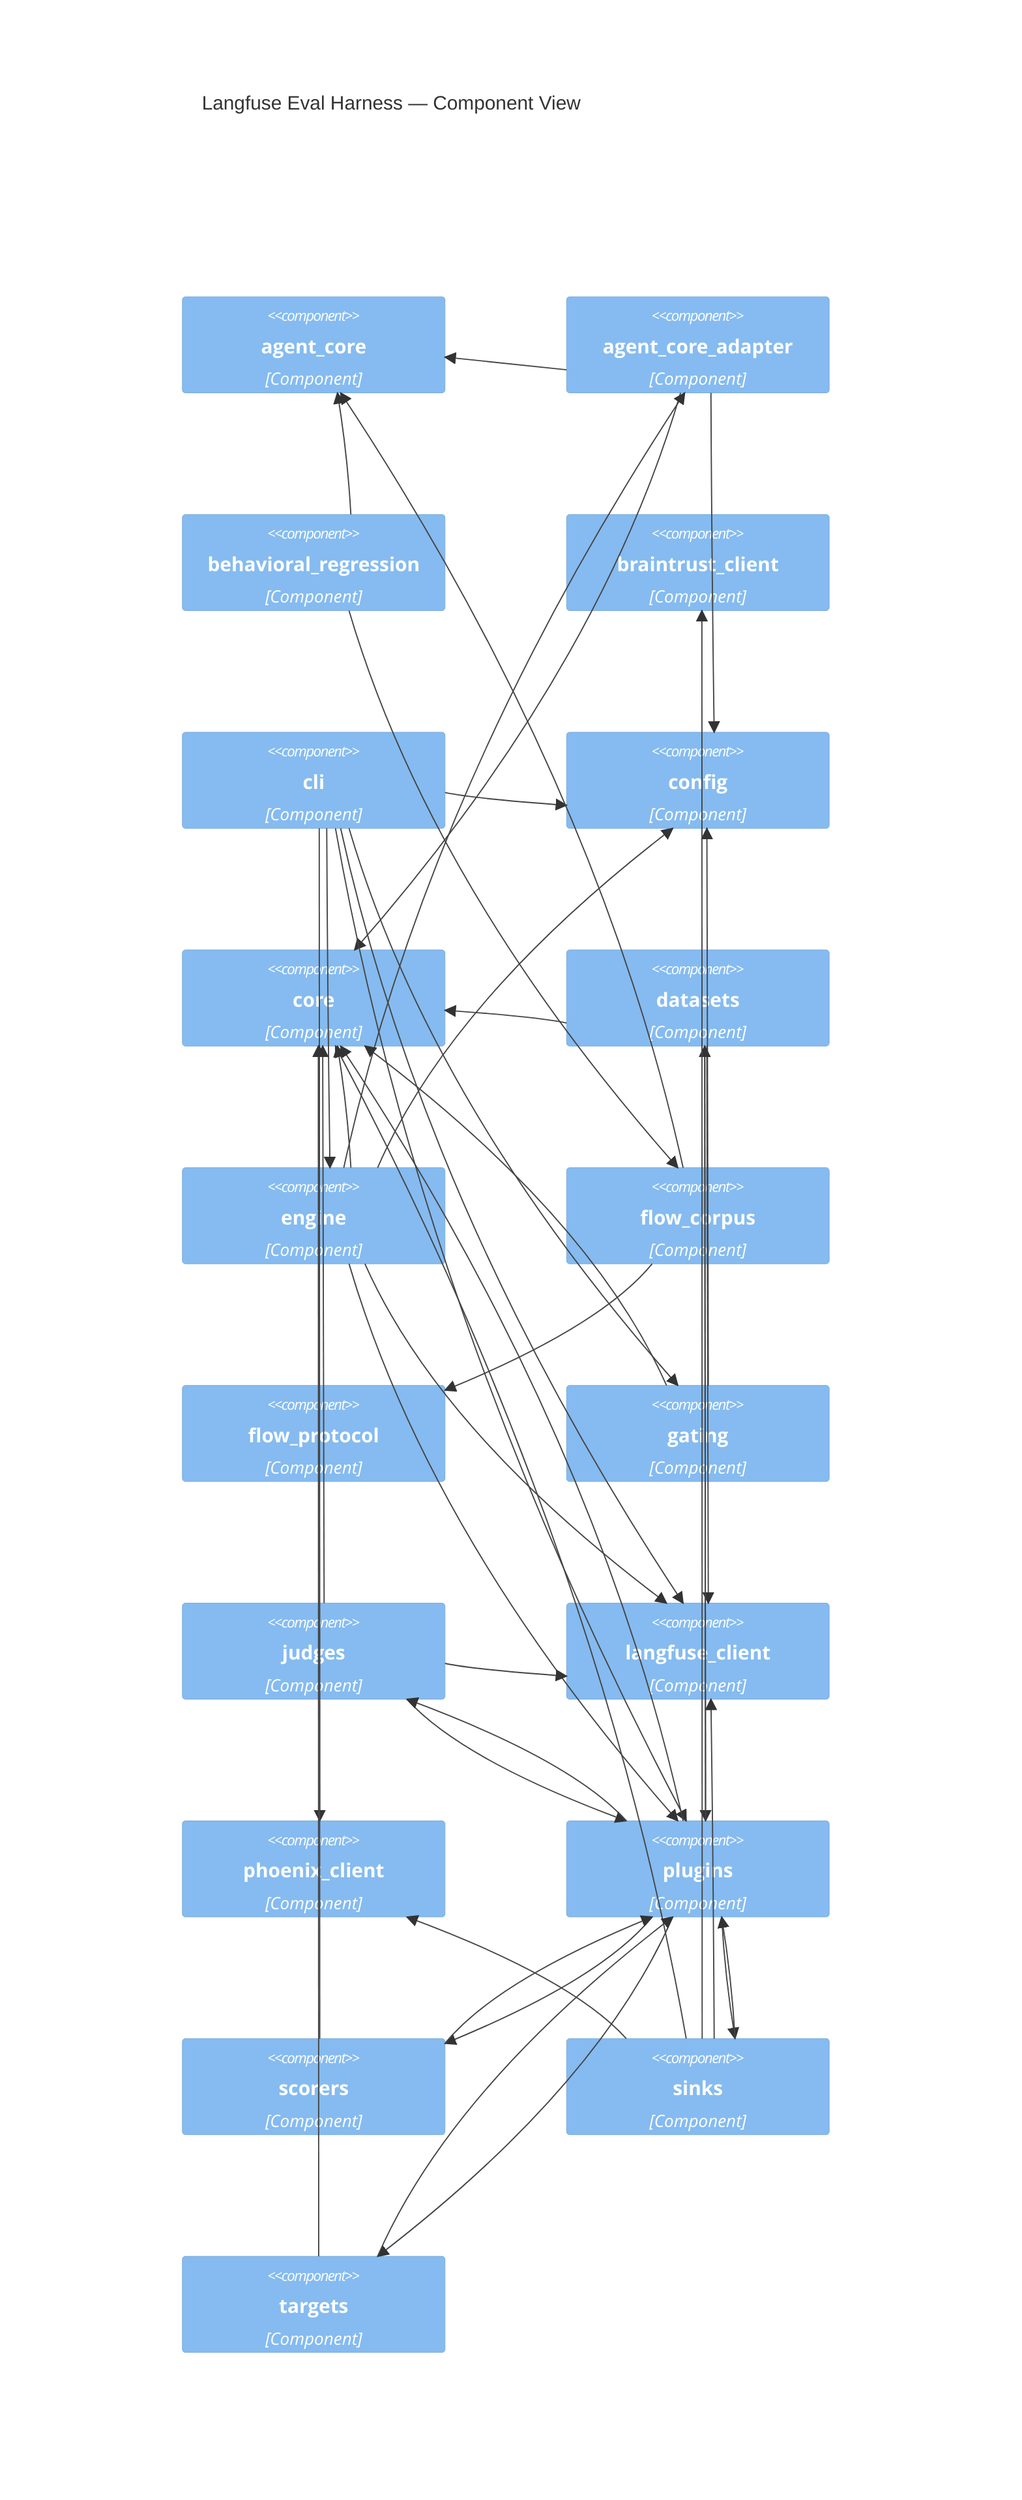
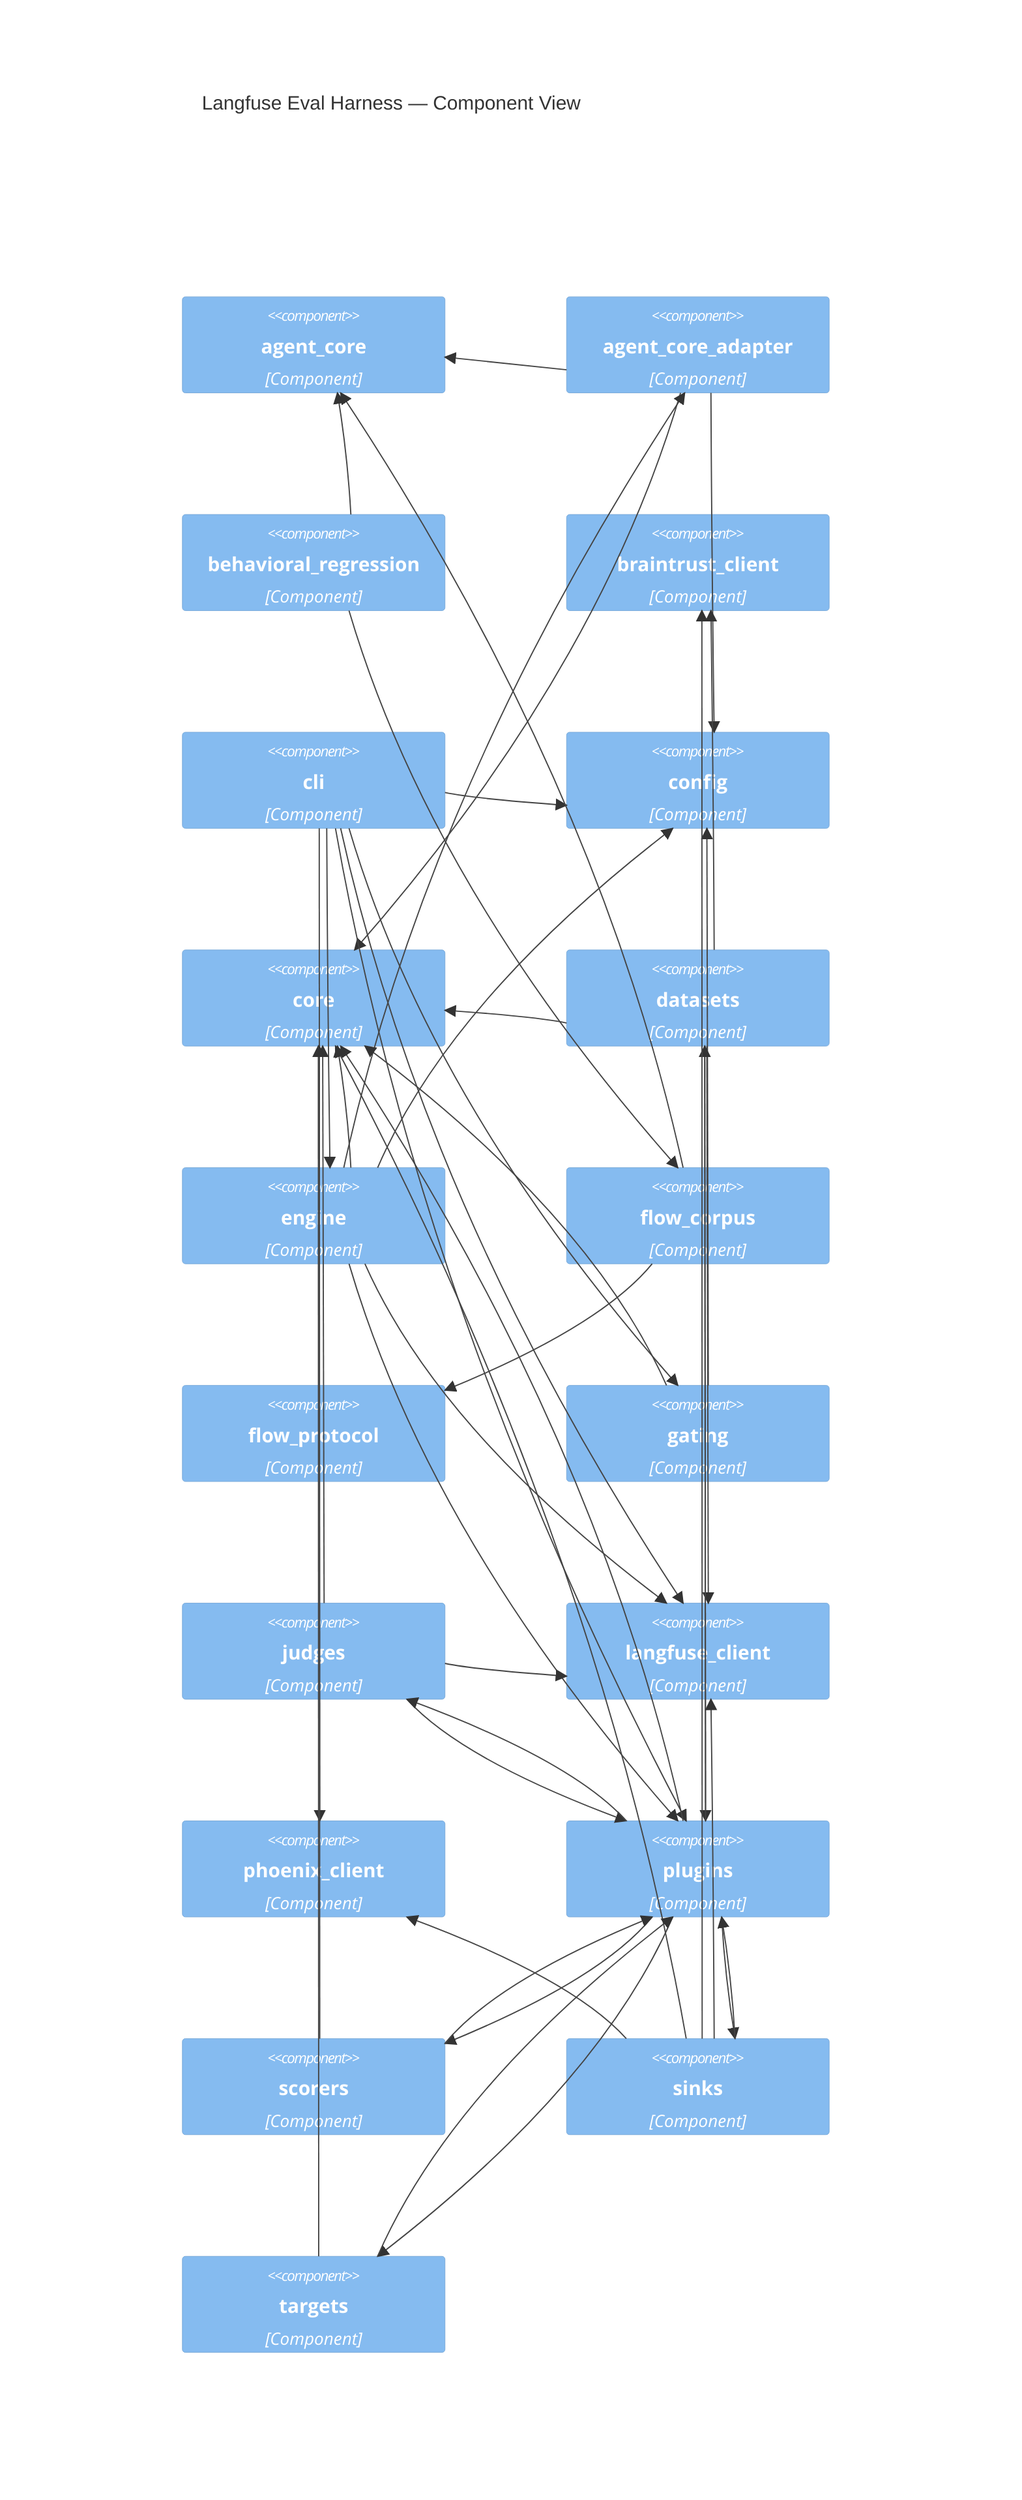
C4Component
    title Langfuse Eval Harness — Component View

    Component(agent_core, "agent_core", "Component")
    Component(agent_core_adapter, "agent_core_adapter", "Component")
    Component(behavioral_regression, "behavioral_regression", "Component")
    Component(braintrust_client, "braintrust_client", "Component")
    Component(cli, "cli", "Component")
    Component(config, "config", "Component")
    Component(core, "core", "Component")
    Component(datasets, "datasets", "Component")
    Component(engine, "engine", "Component")
    Component(flow_corpus, "flow_corpus", "Component")
    Component(flow_protocol, "flow_protocol", "Component")
    Component(gating, "gating", "Component")
    Component(judges, "judges", "Component")
    Component(langfuse_client, "langfuse_client", "Component")
    Component(phoenix_client, "phoenix_client", "Component")
    Component(plugins, "plugins", "Component")
    Component(scorers, "scorers", "Component")
    Component(sinks, "sinks", "Component")
    Component(targets, "targets", "Component")

    Rel(agent_core_adapter, agent_core, "")
    Rel(agent_core_adapter, config, "")
    Rel(agent_core_adapter, core, "")
    Rel(behavioral_regression, agent_core, "")
    Rel(behavioral_regression, flow_corpus, "")
    Rel(cli, config, "")
    Rel(cli, engine, "")
    Rel(cli, gating, "")
    Rel(cli, langfuse_client, "")
    Rel(cli, phoenix_client, "")
    Rel(cli, plugins, "")
+     Rel(datasets, braintrust_client, "")
    Rel(datasets, core, "")
    Rel(datasets, langfuse_client, "")
    Rel(datasets, plugins, "")
    Rel(engine, agent_core_adapter, "")
    Rel(engine, config, "")
    Rel(engine, core, "")
    Rel(engine, langfuse_client, "")
    Rel(engine, plugins, "")
    Rel(flow_corpus, agent_core, "")
    Rel(flow_corpus, flow_protocol, "")
    Rel(gating, config, "")
    Rel(gating, core, "")
    Rel(judges, core, "")
    Rel(judges, langfuse_client, "")
    Rel(judges, plugins, "")
    Rel(plugins, core, "")
    Rel(plugins, datasets, "")
    Rel(plugins, judges, "")
    Rel(plugins, scorers, "")
    Rel(plugins, sinks, "")
    Rel(plugins, targets, "")
    Rel(scorers, core, "")
    Rel(scorers, plugins, "")
    Rel(sinks, braintrust_client, "")
    Rel(sinks, core, "")
    Rel(sinks, langfuse_client, "")
    Rel(sinks, phoenix_client, "")
    Rel(sinks, plugins, "")
    Rel(targets, core, "")
    Rel(targets, plugins, "")
